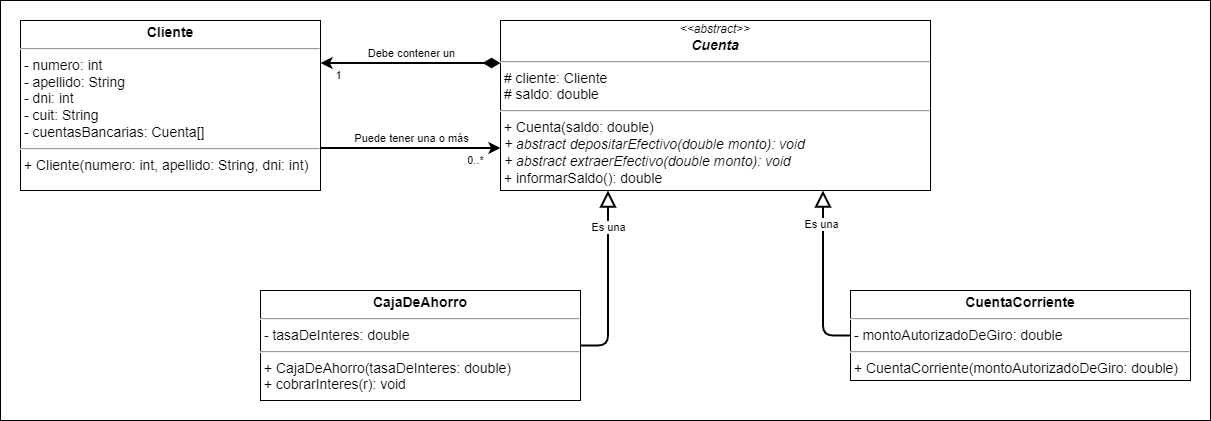
Earlier version of the draw.io export src/clase_11/actividad_de_mesa/uml/Diagrama - Banco Nacional.png (serinformatico/POO-10-2022). Source tidied: cells renumbered, new cells last; positions are measured from the earlier drawing's top-left corner, leaving out a move shared by most shapes.
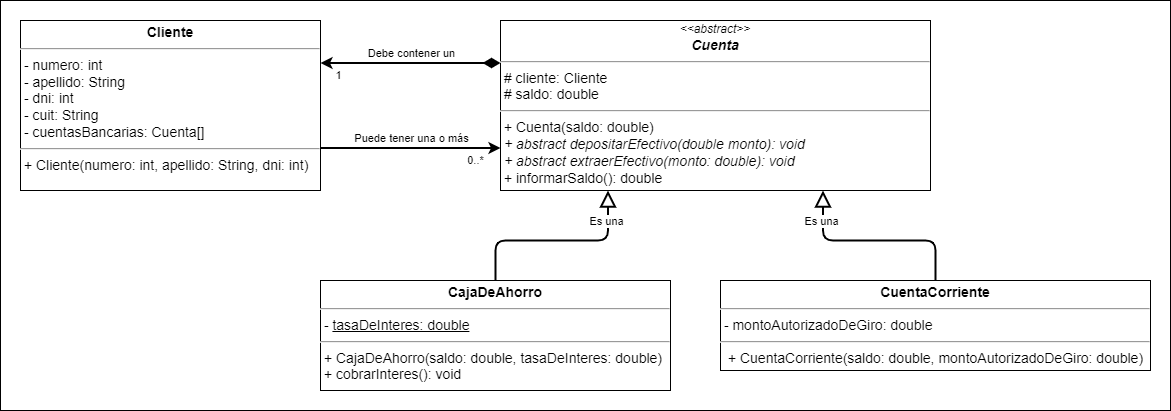
The same file after the commit.

The edit, as a diff of the source:
```diff
@@ -3,32 +3,32 @@
     <mxCell id="0" />
     <mxCell id="1" parent="0" />
     <mxCell id="2" value="&lt;font style=&quot;font-size: 16px;&quot;&gt;&lt;font style=&quot;font-size: 16px;&quot;&gt;&lt;br&gt;&lt;/font&gt;&lt;/font&gt;" style="rounded=0;whiteSpace=wrap;html=1;align=left;verticalAlign=top;fontSize=30;fontStyle=1;spacingTop=10;spacing=2;spacingLeft=20;fontFamily=Verdana;" parent="1" vertex="1">
-      <mxGeometry width="1210" height="420" as="geometry" />
+      <mxGeometry width="1170" height="410" as="geometry" />
     </mxCell>
-    <mxCell id="3" value="&lt;div style=&quot;text-align: center;&quot;&gt;&lt;i style=&quot;background-color: initial; font-size: 12px;&quot;&gt;&amp;lt;&amp;lt;abstract&amp;gt;&amp;gt;&lt;/i&gt;&lt;/div&gt;&lt;div style=&quot;text-align: center;&quot;&gt;&lt;b&gt;&lt;i&gt;Cuenta&lt;/i&gt;&lt;/b&gt;&lt;/div&gt;&lt;hr style=&quot;font-size: 14px;&quot;&gt;&lt;p style=&quot;margin: 0px 0px 0px 4px; font-size: 14px;&quot;&gt;&lt;/p&gt;&amp;nbsp;# cliente: Cliente&lt;br&gt;&amp;nbsp;# saldo: double&lt;br&gt;&lt;hr style=&quot;font-size: 14px;&quot;&gt;&amp;nbsp;+&lt;span style=&quot;background-color: initial;&quot;&gt;&amp;nbsp;Cuenta(&lt;/span&gt;saldo: double&lt;span style=&quot;background-color: initial;&quot;&gt;)&lt;br&gt;&lt;/span&gt;&lt;i&gt;&amp;nbsp;+ abstract depositarEfectivo(double monto): void&lt;br&gt;&lt;/i&gt;&lt;i&gt;&amp;nbsp;+ abstract extraerEfectivo(double monto): void&lt;br&gt;&lt;/i&gt;&amp;nbsp;+ informarSaldo(): double" style="verticalAlign=top;align=left;overflow=fill;fontSize=14;fontFamily=Helvetica;html=1;spacing=2;spacingTop=0;" parent="1" vertex="1">
+    <mxCell id="3" value="&lt;div style=&quot;text-align: center;&quot;&gt;&lt;i style=&quot;background-color: initial; font-size: 12px;&quot;&gt;&amp;lt;&amp;lt;abstract&amp;gt;&amp;gt;&lt;/i&gt;&lt;/div&gt;&lt;div style=&quot;text-align: center;&quot;&gt;&lt;b&gt;&lt;i&gt;Cuenta&lt;/i&gt;&lt;/b&gt;&lt;/div&gt;&lt;hr style=&quot;font-size: 14px;&quot;&gt;&lt;p style=&quot;margin: 0px 0px 0px 4px; font-size: 14px;&quot;&gt;&lt;/p&gt;&amp;nbsp;# cliente: Cliente&lt;br&gt;&amp;nbsp;# saldo: double&lt;br&gt;&lt;hr style=&quot;font-size: 14px;&quot;&gt;&amp;nbsp;+&lt;span style=&quot;background-color: initial;&quot;&gt;&amp;nbsp;Cuenta(&lt;/span&gt;saldo: double&lt;span style=&quot;background-color: initial;&quot;&gt;)&lt;br&gt;&lt;/span&gt;&lt;i&gt;&amp;nbsp;+ abstract depositarEfectivo(double monto): void&lt;br&gt;&lt;/i&gt;&lt;i&gt;&amp;nbsp;+ abstract extraerEfectivo(monto:&amp;nbsp;&lt;/i&gt;&lt;i&gt;double&lt;/i&gt;&lt;i&gt;): void&lt;br&gt;&lt;/i&gt;&amp;nbsp;+ informarSaldo(): double" style="verticalAlign=top;align=left;overflow=fill;fontSize=14;fontFamily=Helvetica;html=1;spacing=2;spacingTop=0;" parent="1" vertex="1">
       <mxGeometry x="500" y="20" width="430" height="170" as="geometry" />
     </mxCell>
-    <mxCell id="4" style="edgeStyle=orthogonalEdgeStyle;rounded=1;jettySize=auto;html=1;entryX=0.75;entryY=1;entryDx=0;entryDy=0;strokeWidth=2;endArrow=block;endFill=0;endSize=12;exitX=0;exitY=0.5;exitDx=0;exitDy=0;" parent="1" edge="1" source="9" target="3">
+    <mxCell id="4" style="edgeStyle=orthogonalEdgeStyle;rounded=1;jettySize=auto;html=1;entryX=0.75;entryY=1;entryDx=0;entryDy=0;strokeWidth=2;endArrow=block;endFill=0;endSize=12;" parent="1" edge="1" source="9" target="3">
       <mxGeometry relative="1" as="geometry" />
     </mxCell>
     <mxCell id="5" value="Es una" style="edgeLabel;html=1;align=center;verticalAlign=middle;" parent="4" vertex="1">
       <mxGeometry x="0.21" relative="1" as="geometry">
-        <mxPoint x="-2" y="-35" as="offset" />
+        <mxPoint x="-33" y="-20" as="offset" />
       </mxGeometry>
     </mxCell>
-    <mxCell id="6" value="&lt;p style=&quot;margin: 4px 0px 0px; text-align: center; font-size: 14px;&quot;&gt;&lt;b&gt;CajaDeAhorro&lt;/b&gt;&lt;/p&gt;&lt;hr style=&quot;font-size: 14px;&quot;&gt;&lt;p style=&quot;margin: 0px 0px 0px 4px; font-size: 14px;&quot;&gt;&lt;/p&gt;&lt;span style=&quot;background-color: initial;&quot;&gt;&amp;nbsp;- tasaDeInteres: double&lt;/span&gt;&lt;br&gt;&lt;hr style=&quot;font-size: 14px;&quot;&gt;&amp;nbsp;+&lt;span style=&quot;background-color: initial;&quot;&gt;&amp;nbsp;CajaDeAhorro(&lt;/span&gt;tasaDeInteres: double&lt;span style=&quot;background-color: initial;&quot;&gt;)&lt;br&gt;&lt;/span&gt;&amp;nbsp;+ cobrarInteres(r): void&lt;br&gt;&lt;p style=&quot;margin: 0px 0px 0px 4px;&quot;&gt;&lt;br&gt;&lt;/p&gt;" style="verticalAlign=top;align=left;overflow=fill;fontSize=14;fontFamily=Helvetica;html=1;" parent="1" vertex="1">
-      <mxGeometry x="260" y="290" width="320" height="110" as="geometry" />
+    <mxCell id="6" value="&lt;p style=&quot;margin: 4px 0px 0px; text-align: center; font-size: 14px;&quot;&gt;&lt;b&gt;CajaDeAhorro&lt;/b&gt;&lt;/p&gt;&lt;hr style=&quot;font-size: 14px;&quot;&gt;&lt;p style=&quot;margin: 0px 0px 0px 4px; font-size: 14px;&quot;&gt;&lt;/p&gt;&lt;span style=&quot;background-color: initial;&quot;&gt;&amp;nbsp;- &lt;u&gt;tasaDeInteres: double&lt;/u&gt;&lt;/span&gt;&lt;br&gt;&lt;hr style=&quot;font-size: 14px;&quot;&gt;&amp;nbsp;+&lt;span style=&quot;background-color: initial;&quot;&gt;&amp;nbsp;CajaDeAhorro(&lt;/span&gt;saldo: double,&amp;nbsp;tasaDeInteres: double&lt;span style=&quot;background-color: initial;&quot;&gt;)&lt;br&gt;&lt;/span&gt;&amp;nbsp;+ cobrarInteres(): void&lt;br&gt;&lt;p style=&quot;margin: 0px 0px 0px 4px;&quot;&gt;&lt;br&gt;&lt;/p&gt;" style="verticalAlign=top;align=left;overflow=fill;fontSize=14;fontFamily=Helvetica;html=1;" parent="1" vertex="1">
+      <mxGeometry x="320" y="280" width="350" height="110" as="geometry" />
     </mxCell>
-    <mxCell id="7" style="edgeStyle=orthogonalEdgeStyle;rounded=1;jettySize=auto;html=1;strokeWidth=2;endArrow=block;endFill=0;endSize=12;exitX=1;exitY=0.5;exitDx=0;exitDy=0;entryX=0.25;entryY=1;entryDx=0;entryDy=0;" parent="1" edge="1" source="6" target="3">
+    <mxCell id="7" style="edgeStyle=orthogonalEdgeStyle;rounded=1;jettySize=auto;html=1;strokeWidth=2;endArrow=block;endFill=0;endSize=12;entryX=0.25;entryY=1;entryDx=0;entryDy=0;" parent="1" edge="1" source="6" target="3">
       <mxGeometry relative="1" as="geometry" />
     </mxCell>
     <mxCell id="8" value="Es una" style="edgeLabel;html=1;align=center;verticalAlign=middle;" parent="7" vertex="1">
       <mxGeometry x="0.75" relative="1" as="geometry">
-        <mxPoint y="14" as="offset" />
+        <mxPoint x="-2" y="6" as="offset" />
       </mxGeometry>
     </mxCell>
-    <mxCell id="9" value="&lt;p style=&quot;margin: 4px 0px 0px; text-align: center; font-size: 14px;&quot;&gt;&lt;b&gt;CuentaCorriente&lt;/b&gt;&lt;/p&gt;&lt;hr style=&quot;font-size: 14px;&quot;&gt;&lt;p style=&quot;margin: 0px 0px 0px 4px; font-size: 14px;&quot;&gt;&lt;/p&gt;&lt;span style=&quot;background-color: initial;&quot;&gt;&amp;nbsp;- montoAutorizadoDeGiro: double&lt;/span&gt;&lt;br&gt;&lt;hr style=&quot;font-size: 14px;&quot;&gt;&amp;nbsp;+&lt;span style=&quot;background-color: initial;&quot;&gt;&amp;nbsp;CuentaCorriente(&lt;/span&gt;montoAutorizadoDeGiro: double&lt;span style=&quot;background-color: initial;&quot;&gt;)&lt;br&gt;&lt;/span&gt;&lt;p style=&quot;margin: 0px 0px 0px 4px;&quot;&gt;&lt;br&gt;&lt;/p&gt;" style="verticalAlign=top;align=left;overflow=fill;fontSize=14;fontFamily=Helvetica;html=1;" parent="1" vertex="1">
-      <mxGeometry x="850" y="290" width="340" height="90" as="geometry" />
+    <mxCell id="9" value="&lt;p style=&quot;margin: 4px 0px 0px; text-align: center; font-size: 14px;&quot;&gt;&lt;b&gt;CuentaCorriente&lt;/b&gt;&lt;/p&gt;&lt;hr style=&quot;font-size: 14px;&quot;&gt;&lt;p style=&quot;margin: 0px 0px 0px 4px; font-size: 14px;&quot;&gt;&lt;/p&gt;&lt;span style=&quot;background-color: initial;&quot;&gt;&amp;nbsp;- montoAutorizadoDeGiro: double&lt;/span&gt;&lt;br&gt;&lt;hr style=&quot;font-size: 14px;&quot;&gt;&lt;p style=&quot;margin: 0px 0px 0px 4px;&quot;&gt;&amp;nbsp;+&lt;span style=&quot;background-color: initial;&quot;&gt;&amp;nbsp;CuentaCorriente(&lt;/span&gt;saldo: double,&amp;nbsp;montoAutorizadoDeGiro: double&lt;span style=&quot;background-color: initial;&quot;&gt;)&lt;br&gt;&lt;/span&gt;&lt;/p&gt;&lt;p style=&quot;margin: 0px 0px 0px 4px;&quot;&gt;&lt;br&gt;&lt;/p&gt;" style="verticalAlign=top;align=left;overflow=fill;fontSize=14;fontFamily=Helvetica;html=1;" parent="1" vertex="1">
+      <mxGeometry x="720" y="280" width="430" height="90" as="geometry" />
     </mxCell>
     <mxCell id="10" value="&lt;p style=&quot;margin: 4px 0px 0px; text-align: center; font-size: 14px;&quot;&gt;&lt;b&gt;Cliente&lt;/b&gt;&lt;/p&gt;&lt;hr style=&quot;font-size: 14px;&quot;&gt;&lt;p style=&quot;margin: 0px 0px 0px 4px; font-size: 14px;&quot;&gt;&lt;/p&gt;&amp;nbsp;- numero: int&lt;br&gt;&amp;nbsp;- apellido: String&lt;br&gt;&amp;nbsp;- dni: int&lt;br&gt;&lt;span style=&quot;background-color: initial;&quot;&gt;&amp;nbsp;- cuit: String&lt;br&gt;&lt;/span&gt;&amp;nbsp;- cuentasBancarias: Cuenta[]&lt;br&gt;&lt;hr style=&quot;font-size: 14px;&quot;&gt;&amp;nbsp;+ Cliente(numero: int, apellido: String, dni: int)&lt;br&gt;&lt;p style=&quot;margin: 0px 0px 0px 4px;&quot;&gt;&lt;br&gt;&lt;/p&gt;" style="verticalAlign=top;align=left;overflow=fill;fontSize=14;fontFamily=Helvetica;html=1;" parent="1" vertex="1">
       <mxGeometry x="20" y="20" width="300" height="170" as="geometry" />
```
